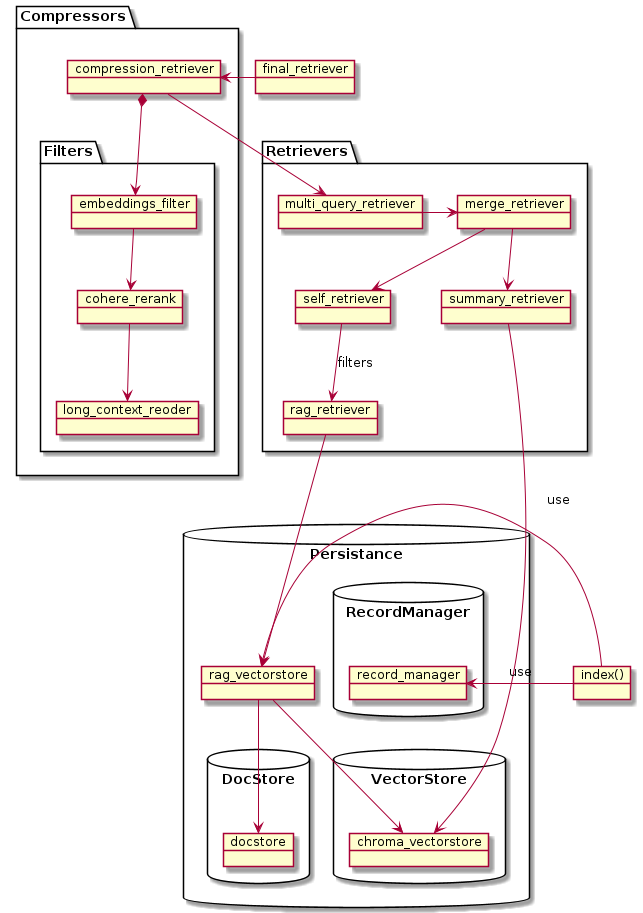
Earlier version of the PlantUML export plantuml/all_retrievers.png (pprados/langchain-rag).
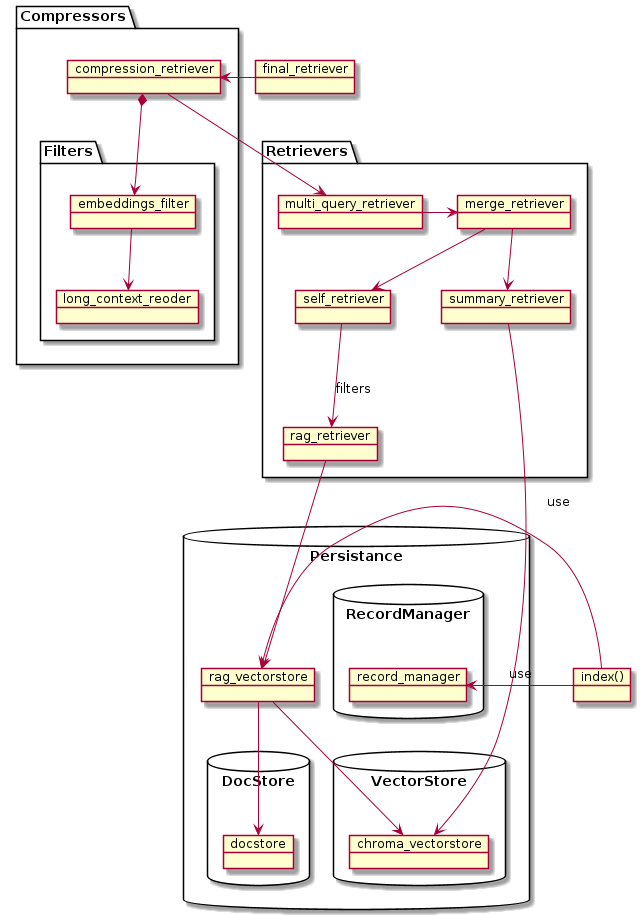
After the change.

What changed in the source:
```diff
@@ -37,14 +37,12 @@
     object compression_retriever
 
     package "Filters" {
-        object cohere_rerank
         object embeddings_filter
         object long_context_reoder
     }
     compression_retriever *--> embeddings_filter
     compression_retriever --> multi_query_retriever
-    embeddings_filter --> cohere_rerank
-    cohere_rerank --> long_context_reoder
+    embeddings_filter --> long_context_reoder
 }
 object final_retriever
 final_retriever -> compression_retriever
```
